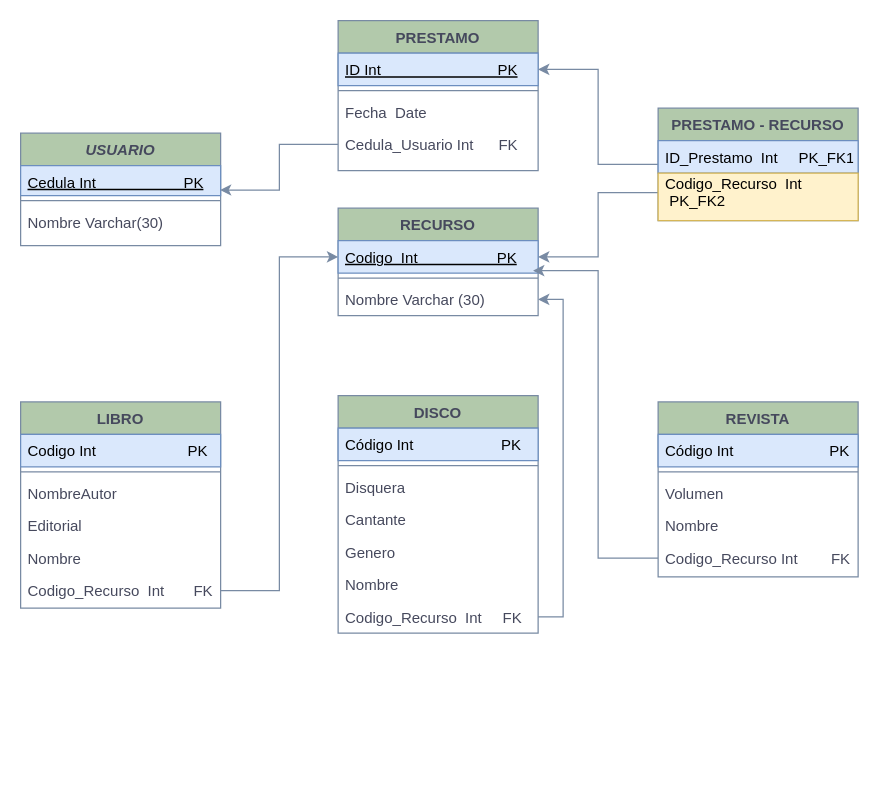
Above: Diagrama sin título.drawio in LillyOlivar/Proyectos-VHDL (draw.io), before the change. Source tidied: cells renumbered, new cells numbered last; positions are measured from the earlier drawing's top-left corner, leaving out a move shared by most shapes. Both pictures are drawn from the tidied source at 125%, with x=0, y=0 at pixel (20, 20).
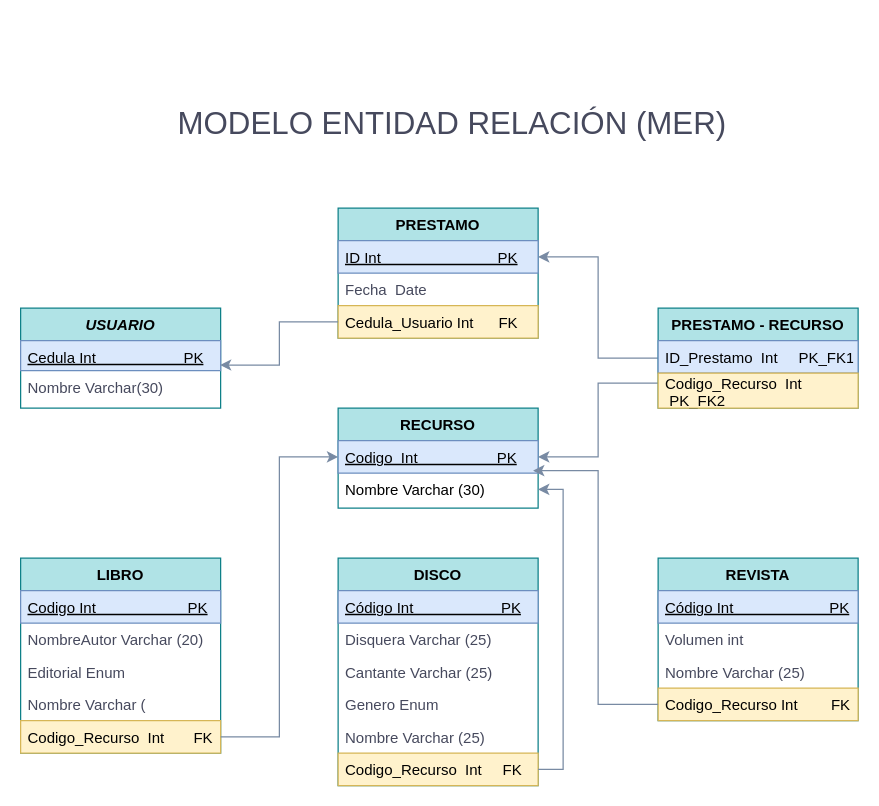
Above is the later version.

Diff of the diagram source:
```diff
@@
-    <mxCell id="2" value="USUARIO" style="swimlane;fontStyle=3;align=center;verticalAlign=middle;horizontal=1;startSize=26;rounded=0;shadow=0;strokeWidth=1;labelBackgroundColor=none;fillColor=#B2C9AB;strokeColor=#788AA3;fontColor=#46495D;" parent="1" vertex="1">
-      <mxGeometry y="90" width="160" height="90" as="geometry" />
+    <mxCell id="2" value="USUARIO" style="swimlane;fontStyle=3;align=center;verticalAlign=middle;horizontal=1;startSize=26;rounded=0;shadow=0;strokeWidth=1;labelBackgroundColor=none;fillColor=#b0e3e6;strokeColor=#0e8088;" parent="1" vertex="1">
+      <mxGeometry y="230" width="160" height="80" as="geometry" />
     </mxCell>
@@
-    <mxCell id="4" style="line;html=1;strokeWidth=1;align=left;verticalAlign=middle;spacingTop=-1;spacingLeft=3;spacingRight=3;labelPosition=right;labelBackgroundColor=none;fillColor=#B2C9AB;strokeColor=#788AA3;fontColor=#46495D;" parent="2" vertex="1">
-      <mxGeometry y="50" width="160" height="8" as="geometry" />
-    </mxCell>
     <mxCell id="5" value="Nombre Varchar(30)" style="text;align=left;verticalAlign=top;spacingLeft=4;spacingRight=4;overflow=hidden;rounded=0;shadow=0;html=0;labelBackgroundColor=none;fontColor=#46495D;" parent="2" vertex="1">
-      <mxGeometry y="58" width="160" height="26" as="geometry" />
+      <mxGeometry y="50" width="160" height="26" as="geometry" />
     </mxCell>
-    <mxCell id="6" value="RECURSO" style="swimlane;fontStyle=1;align=center;verticalAlign=top;horizontal=1;startSize=26;rounded=0;shadow=0;strokeWidth=1;labelBackgroundColor=none;fillColor=#B2C9AB;strokeColor=#788AA3;fontColor=#46495D;" parent="1" vertex="1">
-      <mxGeometry x="254" y="150" width="160" height="86" as="geometry" />
+    <mxCell id="6" value="RECURSO" style="swimlane;fontStyle=1;align=center;verticalAlign=top;horizontal=1;startSize=26;rounded=0;shadow=0;strokeWidth=1;labelBackgroundColor=none;fillColor=#b0e3e6;strokeColor=#0e8088;" parent="1" vertex="1">
+      <mxGeometry x="254" y="310" width="160" height="80" as="geometry" />
     </mxCell>
@@
-    <mxCell id="8" style="line;html=1;strokeWidth=1;align=left;verticalAlign=middle;spacingTop=-1;spacingLeft=3;spacingRight=3;labelPosition=right;labelBackgroundColor=none;fillColor=#B2C9AB;strokeColor=#788AA3;fontColor=#46495D;" parent="6" vertex="1">
-      <mxGeometry y="52" width="160" height="8" as="geometry" />
-    </mxCell>
-    <mxCell id="9" value="Nombre Varchar (30)" style="text;align=left;verticalAlign=middle;spacingLeft=4;spacingRight=4;overflow=hidden;points=[[0,0.5],[1,0.5]];portConstraint=eastwest;labelBackgroundColor=none;fontColor=#46495D;" parent="6" vertex="1">
-      <mxGeometry y="60" width="160" height="26" as="geometry" />
+    <mxCell id="9" value="Nombre Varchar (30)" style="text;align=left;verticalAlign=middle;spacingLeft=4;spacingRight=4;overflow=hidden;points=[[0,0.5],[1,0.5]];portConstraint=eastwest;labelBackgroundColor=none;" parent="6" vertex="1">
+      <mxGeometry y="52" width="160" height="26" as="geometry" />
     </mxCell>
-    <mxCell id="10" value="LIBRO" style="swimlane;fontStyle=1;align=center;verticalAlign=top;horizontal=1;startSize=26;rounded=0;shadow=0;strokeWidth=1;labelBackgroundColor=none;fillColor=#B2C9AB;strokeColor=#788AA3;fontColor=#46495D;" parent="1" vertex="1">
-      <mxGeometry y="305" width="160" height="165" as="geometry" />
+    <mxCell id="10" value="LIBRO" style="swimlane;fontStyle=1;align=center;verticalAlign=top;horizontal=1;startSize=26;rounded=0;shadow=0;strokeWidth=1;labelBackgroundColor=none;fillColor=#b0e3e6;strokeColor=#0e8088;" parent="1" vertex="1">
+      <mxGeometry y="430" width="160" height="156" as="geometry" />
     </mxCell>
-    <mxCell id="11" value="Codigo Int                      PK" style="text;align=left;verticalAlign=top;spacingLeft=4;spacingRight=4;overflow=hidden;labelBackgroundColor=none;fillColor=#dae8fc;strokeColor=#6c8ebf;" parent="10" vertex="1">
+    <mxCell id="11" value="Codigo Int                      PK" style="text;align=left;verticalAlign=top;spacingLeft=4;spacingRight=4;overflow=hidden;labelBackgroundColor=none;fillColor=#dae8fc;strokeColor=#6c8ebf;fontStyle=4;" parent="10" vertex="1">
       <mxGeometry y="26" width="160" height="26" as="geometry" />
     </mxCell>
-    <mxCell id="12" style="line;html=1;strokeWidth=1;align=left;verticalAlign=middle;spacingTop=-1;spacingLeft=3;spacingRight=3;labelPosition=right;labelBackgroundColor=none;fillColor=#B2C9AB;strokeColor=#788AA3;fontColor=#46495D;" parent="10" vertex="1">
-      <mxGeometry y="52" width="160" height="8" as="geometry" />
-    </mxCell>
-    <mxCell id="13" value="NombreAutor" style="text;align=left;verticalAlign=top;spacingLeft=4;spacingRight=4;overflow=hidden;labelBackgroundColor=none;fontColor=#46495D;" parent="10" vertex="1">
-      <mxGeometry y="60" width="160" height="26" as="geometry" />
+    <mxCell id="13" value="NombreAutor Varchar (20)" style="text;align=left;verticalAlign=top;spacingLeft=4;spacingRight=4;overflow=hidden;labelBackgroundColor=none;fontColor=#46495D;" parent="10" vertex="1">
+      <mxGeometry y="52" width="160" height="26" as="geometry" />
     </mxCell>
-    <mxCell id="14" value="Editorial" style="text;align=left;verticalAlign=top;spacingLeft=4;spacingRight=4;overflow=hidden;labelBackgroundColor=none;fontColor=#46495D;" parent="10" vertex="1">
-      <mxGeometry y="86" width="160" height="26" as="geometry" />
+    <mxCell id="14" value="Editorial Enum" style="text;align=left;verticalAlign=top;spacingLeft=4;spacingRight=4;overflow=hidden;labelBackgroundColor=none;fontColor=#46495D;" parent="10" vertex="1">
+      <mxGeometry y="78" width="160" height="26" as="geometry" />
     </mxCell>
-    <mxCell id="15" value="Nombre" style="text;align=left;verticalAlign=top;spacingLeft=4;spacingRight=4;overflow=hidden;labelBackgroundColor=none;fontColor=#46495D;" parent="10" vertex="1">
-      <mxGeometry y="112" width="160" height="26" as="geometry" />
+    <mxCell id="15" value="Nombre Varchar (" style="text;align=left;verticalAlign=top;spacingLeft=4;spacingRight=4;overflow=hidden;labelBackgroundColor=none;fontColor=#46495D;" parent="10" vertex="1">
+      <mxGeometry y="104" width="160" height="26" as="geometry" />
     </mxCell>
-    <mxCell id="16" value="Codigo_Recurso  Int       FK" style="text;align=left;verticalAlign=top;spacingLeft=4;spacingRight=4;overflow=hidden;points=[[0,0.5],[1,0.5]];portConstraint=eastwest;labelBackgroundColor=none;fontColor=#46495D;" parent="10" vertex="1">
-      <mxGeometry y="138" width="160" height="26" as="geometry" />
+    <mxCell id="16" value="Codigo_Recurso  Int       FK" style="text;align=left;verticalAlign=top;spacingLeft=4;spacingRight=4;overflow=hidden;points=[[0,0.5],[1,0.5]];portConstraint=eastwest;labelBackgroundColor=none;fillColor=#fff2cc;strokeColor=#d6b656;" parent="10" vertex="1">
+      <mxGeometry y="130" width="160" height="26" as="geometry" />
     </mxCell>
-    <mxCell id="17" value="PRESTAMO" style="swimlane;fontStyle=1;align=center;verticalAlign=middle;horizontal=1;startSize=26;rounded=0;shadow=0;strokeWidth=1;labelBackgroundColor=none;fillColor=#B2C9AB;strokeColor=#788AA3;fontColor=#46495D;" parent="1" vertex="1">
-      <mxGeometry x="254" width="160" height="120" as="geometry" />
+    <mxCell id="17" value="PRESTAMO" style="swimlane;fontStyle=1;align=center;verticalAlign=middle;horizontal=1;startSize=26;rounded=0;shadow=0;strokeWidth=1;labelBackgroundColor=none;fillColor=#b0e3e6;strokeColor=#0e8088;" parent="1" vertex="1">
+      <mxGeometry x="254" y="150" width="160" height="104" as="geometry" />
     </mxCell>
@@
-    <mxCell id="19" style="line;html=1;strokeWidth=1;align=left;verticalAlign=middle;spacingTop=-1;spacingLeft=3;spacingRight=3;labelPosition=right;labelBackgroundColor=none;fillColor=#B2C9AB;strokeColor=#788AA3;fontColor=#46495D;" parent="17" vertex="1">
-      <mxGeometry y="52" width="160" height="8" as="geometry" />
-    </mxCell>
     <mxCell id="20" value="Fecha  Date" style="text;align=left;verticalAlign=top;spacingLeft=4;spacingRight=4;overflow=hidden;rounded=0;shadow=0;html=0;labelBackgroundColor=none;fontColor=#46495D;" parent="17" vertex="1">
-      <mxGeometry y="60" width="160" height="26" as="geometry" />
+      <mxGeometry y="52" width="160" height="26" as="geometry" />
     </mxCell>
-    <mxCell id="21" value="Cedula_Usuario Int      FK" style="text;align=left;verticalAlign=top;spacingLeft=4;spacingRight=4;overflow=hidden;points=[[0,0.5],[1,0.5]];portConstraint=eastwest;labelBackgroundColor=none;fontColor=#46495D;" parent="17" vertex="1">
-      <mxGeometry y="86" width="160" height="26" as="geometry" />
+    <mxCell id="21" value="Cedula_Usuario Int      FK" style="text;align=left;verticalAlign=top;spacingLeft=4;spacingRight=4;overflow=hidden;points=[[0,0.5],[1,0.5]];portConstraint=eastwest;labelBackgroundColor=none;fillColor=#fff2cc;strokeColor=#d6b656;" parent="17" vertex="1">
+      <mxGeometry y="78" width="160" height="26" as="geometry" />
     </mxCell>
-    <mxCell id="22" value="DISCO" style="swimlane;fontStyle=1;align=center;verticalAlign=top;horizontal=1;startSize=26;rounded=0;shadow=0;strokeWidth=1;labelBackgroundColor=none;fillColor=#B2C9AB;strokeColor=#788AA3;fontColor=#46495D;" parent="1" vertex="1">
-      <mxGeometry x="254" y="300" width="160" height="190" as="geometry" />
+    <mxCell id="22" value="DISCO" style="swimlane;fontStyle=1;align=center;verticalAlign=top;horizontal=1;startSize=26;rounded=0;shadow=0;strokeWidth=1;labelBackgroundColor=none;fillColor=#b0e3e6;strokeColor=#0e8088;" parent="1" vertex="1">
+      <mxGeometry x="254" y="430" width="160" height="182" as="geometry" />
     </mxCell>
-    <mxCell id="23" value="Código Int                     PK" style="text;align=left;verticalAlign=top;spacingLeft=4;spacingRight=4;overflow=hidden;labelBackgroundColor=none;fillColor=#dae8fc;strokeColor=#6c8ebf;" parent="22" vertex="1">
+    <mxCell id="23" value="Código Int                     PK" style="text;align=left;verticalAlign=top;spacingLeft=4;spacingRight=4;overflow=hidden;labelBackgroundColor=none;fillColor=#dae8fc;strokeColor=#6c8ebf;fontStyle=4;" parent="22" vertex="1">
       <mxGeometry y="26" width="160" height="26" as="geometry" />
     </mxCell>
-    <mxCell id="24" style="line;html=1;strokeWidth=1;align=left;verticalAlign=middle;spacingTop=-1;spacingLeft=3;spacingRight=3;labelPosition=right;labelBackgroundColor=none;fillColor=#B2C9AB;strokeColor=#788AA3;fontColor=#46495D;" parent="22" vertex="1">
-      <mxGeometry y="52" width="160" height="8" as="geometry" />
-    </mxCell>
-    <mxCell id="25" value="Disquera" style="text;align=left;verticalAlign=top;spacingLeft=4;spacingRight=4;overflow=hidden;rounded=0;shadow=0;html=0;labelBackgroundColor=none;fontColor=#46495D;" parent="22" vertex="1">
-      <mxGeometry y="60" width="160" height="26" as="geometry" />
+    <mxCell id="25" value="Disquera Varchar (25)" style="text;align=left;verticalAlign=top;spacingLeft=4;spacingRight=4;overflow=hidden;rounded=0;shadow=0;html=0;labelBackgroundColor=none;fontColor=#46495D;" parent="22" vertex="1">
+      <mxGeometry y="52" width="160" height="26" as="geometry" />
     </mxCell>
-    <mxCell id="26" value="Cantante" style="text;align=left;verticalAlign=top;spacingLeft=4;spacingRight=4;overflow=hidden;rounded=0;shadow=0;html=0;labelBackgroundColor=none;fontColor=#46495D;" parent="22" vertex="1">
-      <mxGeometry y="86" width="160" height="26" as="geometry" />
+    <mxCell id="26" value="Cantante Varchar (25)" style="text;align=left;verticalAlign=top;spacingLeft=4;spacingRight=4;overflow=hidden;rounded=0;shadow=0;html=0;labelBackgroundColor=none;fontColor=#46495D;" parent="22" vertex="1">
+      <mxGeometry y="78" width="160" height="26" as="geometry" />
     </mxCell>
-    <mxCell id="27" value="Genero" style="text;align=left;verticalAlign=top;spacingLeft=4;spacingRight=4;overflow=hidden;rounded=0;shadow=0;html=0;labelBackgroundColor=none;fontColor=#46495D;" parent="22" vertex="1">
-      <mxGeometry y="112" width="160" height="26" as="geometry" />
+    <mxCell id="27" value="Genero Enum" style="text;align=left;verticalAlign=top;spacingLeft=4;spacingRight=4;overflow=hidden;rounded=0;shadow=0;html=0;labelBackgroundColor=none;fontColor=#46495D;" parent="22" vertex="1">
+      <mxGeometry y="104" width="160" height="26" as="geometry" />
     </mxCell>
-    <mxCell id="28" value="Nombre" style="text;align=left;verticalAlign=top;spacingLeft=4;spacingRight=4;overflow=hidden;rounded=0;shadow=0;html=0;labelBackgroundColor=none;fontColor=#46495D;" parent="22" vertex="1">
-      <mxGeometry y="138" width="160" height="26" as="geometry" />
+    <mxCell id="28" value="Nombre Varchar (25)" style="text;align=left;verticalAlign=top;spacingLeft=4;spacingRight=4;overflow=hidden;rounded=0;shadow=0;html=0;labelBackgroundColor=none;fontColor=#46495D;" parent="22" vertex="1">
+      <mxGeometry y="130" width="160" height="26" as="geometry" />
     </mxCell>
-    <mxCell id="29" value="Codigo_Recurso  Int     FK" style="text;align=left;verticalAlign=top;spacingLeft=4;spacingRight=4;overflow=hidden;points=[[0,0.5],[1,0.5]];portConstraint=eastwest;rounded=0;shadow=0;html=0;labelBackgroundColor=none;fontColor=#46495D;" parent="22" vertex="1">
-      <mxGeometry y="164" width="160" height="26" as="geometry" />
+    <mxCell id="29" value="Codigo_Recurso  Int     FK" style="text;align=left;verticalAlign=top;spacingLeft=4;spacingRight=4;overflow=hidden;points=[[0,0.5],[1,0.5]];portConstraint=eastwest;rounded=0;shadow=0;html=0;labelBackgroundColor=none;fillColor=#fff2cc;strokeColor=#d6b656;" parent="22" vertex="1">
+      <mxGeometry y="156" width="160" height="26" as="geometry" />
     </mxCell>
-    <mxCell id="30" value="REVISTA" style="swimlane;fontStyle=1;align=center;verticalAlign=top;horizontal=1;startSize=26;rounded=0;shadow=0;strokeWidth=1;labelBackgroundColor=none;fillColor=#B2C9AB;strokeColor=#788AA3;fontColor=#46495D;" parent="1" vertex="1">
-      <mxGeometry x="510" y="305" width="160" height="140" as="geometry" />
+    <mxCell id="30" value="REVISTA" style="swimlane;fontStyle=1;align=center;verticalAlign=top;horizontal=1;startSize=26;rounded=0;shadow=0;strokeWidth=1;labelBackgroundColor=none;fillColor=#b0e3e6;strokeColor=#0e8088;" parent="1" vertex="1">
+      <mxGeometry x="510" y="430" width="160" height="130" as="geometry" />
     </mxCell>
-    <mxCell id="31" value="Código Int                       PK" style="text;align=left;verticalAlign=top;spacingLeft=4;spacingRight=4;overflow=hidden;labelBackgroundColor=none;fillColor=#dae8fc;strokeColor=#6c8ebf;" parent="30" vertex="1">
+    <mxCell id="31" value="Código Int                       PK" style="text;align=left;verticalAlign=top;spacingLeft=4;spacingRight=4;overflow=hidden;labelBackgroundColor=none;fillColor=#dae8fc;strokeColor=#6c8ebf;fontStyle=4;" parent="30" vertex="1">
       <mxGeometry y="26" width="160" height="26" as="geometry" />
     </mxCell>
-    <mxCell id="32" style="line;html=1;strokeWidth=1;align=left;verticalAlign=middle;spacingTop=-1;spacingLeft=3;spacingRight=3;labelPosition=right;labelBackgroundColor=none;fillColor=#B2C9AB;strokeColor=#788AA3;fontColor=#46495D;" parent="30" vertex="1">
-      <mxGeometry y="52" width="160" height="8" as="geometry" />
-    </mxCell>
-    <mxCell id="33" value="Volumen" style="text;align=left;verticalAlign=top;spacingLeft=4;spacingRight=4;overflow=hidden;labelBackgroundColor=none;fontColor=#46495D;" parent="30" vertex="1">
-      <mxGeometry y="60" width="160" height="26" as="geometry" />
+    <mxCell id="33" value="Volumen int " style="text;align=left;verticalAlign=top;spacingLeft=4;spacingRight=4;overflow=hidden;labelBackgroundColor=none;fontColor=#46495D;" parent="30" vertex="1">
+      <mxGeometry y="52" width="160" height="26" as="geometry" />
     </mxCell>
-    <mxCell id="34" value="Nombre" style="text;align=left;verticalAlign=top;spacingLeft=4;spacingRight=4;overflow=hidden;labelBackgroundColor=none;fontColor=#46495D;" parent="30" vertex="1">
-      <mxGeometry y="86" width="160" height="26" as="geometry" />
+    <mxCell id="34" value="Nombre Varchar (25)" style="text;align=left;verticalAlign=top;spacingLeft=4;spacingRight=4;overflow=hidden;labelBackgroundColor=none;fontColor=#46495D;" parent="30" vertex="1">
+      <mxGeometry y="78" width="160" height="26" as="geometry" />
     </mxCell>
-    <mxCell id="35" value="Codigo_Recurso Int        FK" style="text;align=left;verticalAlign=top;spacingLeft=4;spacingRight=4;overflow=hidden;points=[[0,0.5],[1,0.5]];portConstraint=eastwest;labelBackgroundColor=none;fontColor=#46495D;" parent="30" vertex="1">
-      <mxGeometry y="112" width="160" height="26" as="geometry" />
+    <mxCell id="35" value="Codigo_Recurso Int        FK" style="text;align=left;verticalAlign=top;spacingLeft=4;spacingRight=4;overflow=hidden;points=[[0,0.5],[1,0.5]];portConstraint=eastwest;labelBackgroundColor=none;fillColor=#fff2cc;strokeColor=#d6b656;" parent="30" vertex="1">
+      <mxGeometry y="104" width="160" height="26" as="geometry" />
     </mxCell>
@@
-    <mxCell id="38" value="PRESTAMO - RECURSO" style="swimlane;fontStyle=1;align=center;verticalAlign=top;horizontal=1;startSize=26;rounded=0;shadow=0;strokeWidth=1;labelBackgroundColor=none;fillColor=#B2C9AB;strokeColor=#788AA3;fontColor=#46495D;" parent="1" vertex="1">
-      <mxGeometry x="510" y="70" width="160" height="90" as="geometry" />
+    <mxCell id="38" value="PRESTAMO - RECURSO" style="swimlane;fontStyle=1;align=center;verticalAlign=top;horizontal=1;startSize=26;rounded=0;shadow=0;strokeWidth=1;labelBackgroundColor=none;fillColor=#b0e3e6;strokeColor=#0e8088;" parent="1" vertex="1">
+      <mxGeometry x="510" y="230" width="160" height="80" as="geometry" />
     </mxCell>
@@
     <mxCell id="40" value="Codigo_Recurso  Int &#10; PK_FK2&#10;" style="text;align=left;verticalAlign=middle;spacingLeft=4;spacingRight=4;overflow=hidden;labelBackgroundColor=none;fillColor=#fff2cc;strokeColor=#d6b656;" parent="38" vertex="1">
-      <mxGeometry y="52" width="160" height="38" as="geometry" />
+      <mxGeometry y="52" width="160" height="28" as="geometry" />
     </mxCell>
@@
+    <mxCell id="45" value="MODELO ENTIDAD RELACIÓN (MER)" style="text;align=left;verticalAlign=top;spacingLeft=4;spacingRight=4;overflow=hidden;rounded=0;shadow=0;html=0;labelBackgroundColor=none;fontColor=#46495D;fontSize=25;" parent="1" vertex="1">
+      <mxGeometry x="120" y="60" width="450" height="40" as="geometry" />
+    </mxCell>
```
